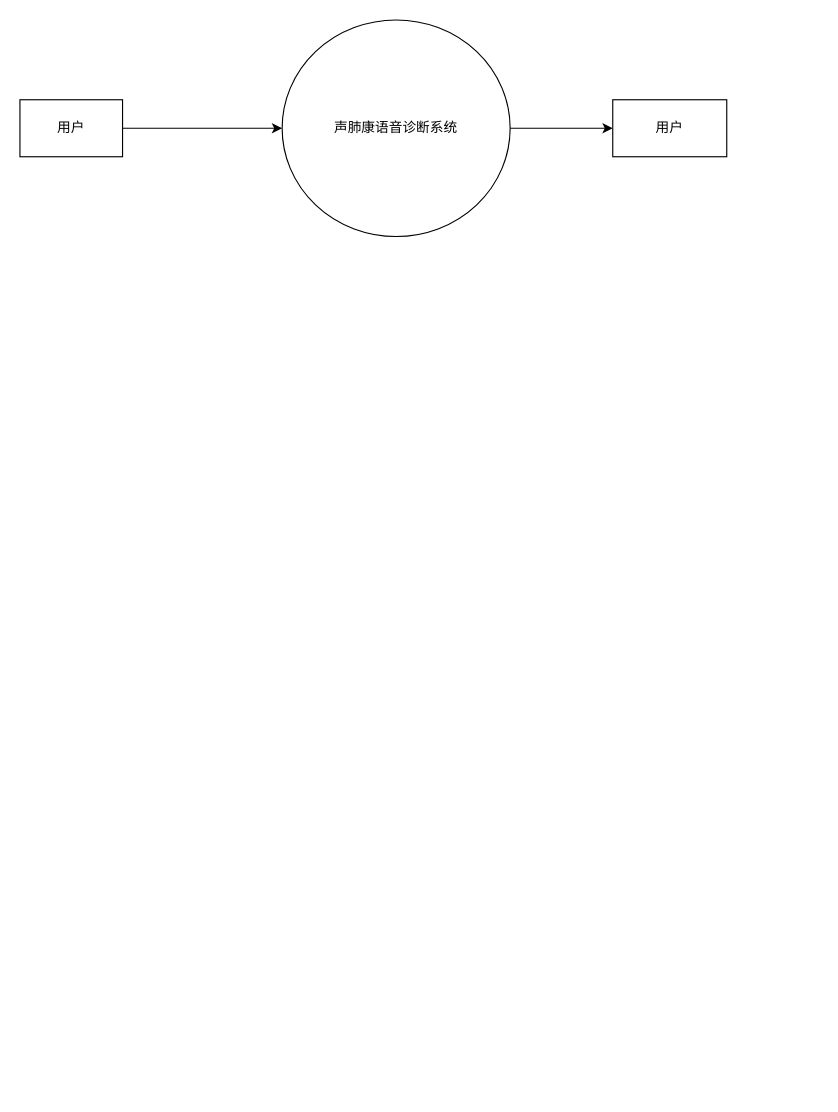
Z0X8Z/voice_diagnosis_project keeps this draw.io diagram as 未命名绘图.drawio. Above is the earlier version. Source tidied: cells renumbered, new cells numbered last; positions are measured from the earlier drawing's top-left corner, leaving out a move shared by most shapes. Both pictures are drawn from the tidied source at 114%, with x=0, y=0 at pixel (19, 19).
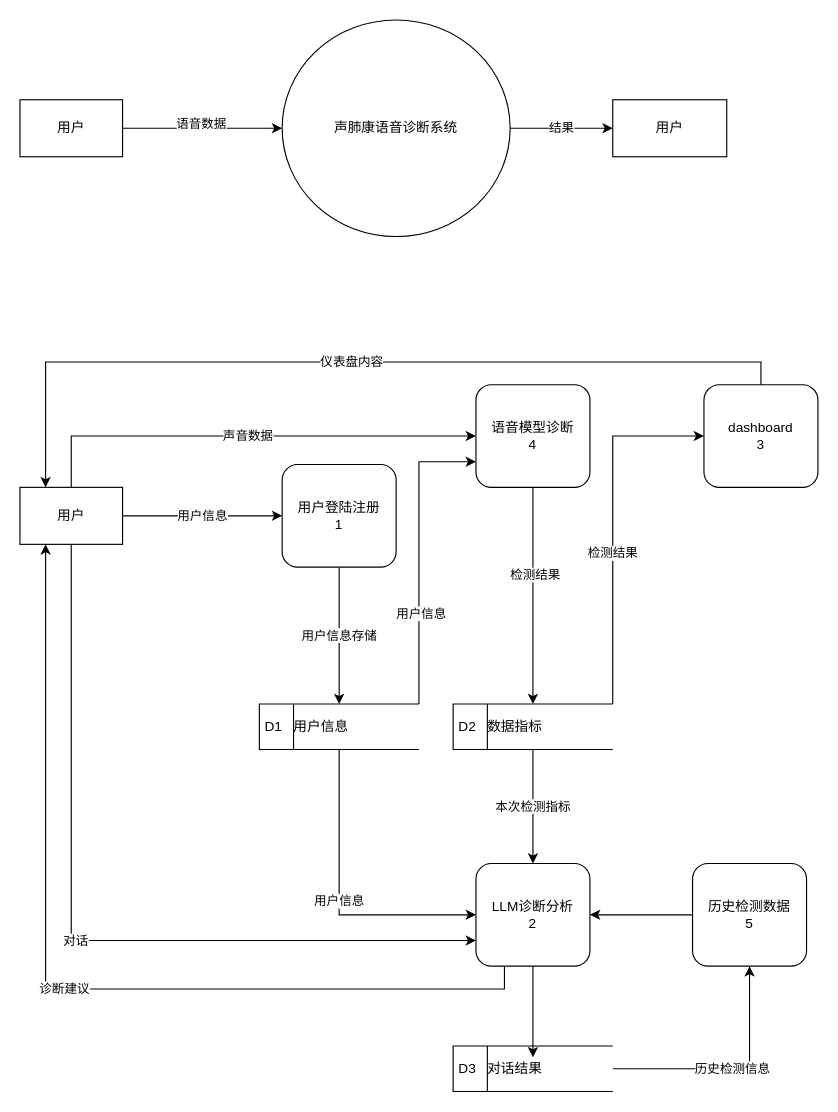
Above is the later version.

Commit message:
更新未命名绘图.drawio

Unchanged cells that the change refers to:
```xml
<mxCell id="2" style="edgeStyle=orthogonalEdgeStyle;rounded=0;jettySize=auto;html=1;" parent="1" edge="1" source="3" target="6">
  <mxGeometry relative="1" as="geometry">
    <Array as="points">
      <mxPoint x="160" y="95" />
      <mxPoint x="160" y="95" />
    </Array>
  </mxGeometry>
</mxCell>
<mxCell id="4" value="用户" style="html=1;dashed=0;whiteSpace=wrap;" parent="1" vertex="1">
  <mxGeometry x="520" y="70" width="100" height="50" as="geometry" />
</mxCell>
<mxCell id="6" value="声肺康语音诊断系统" style="shape=ellipse;html=1;dashed=0;whiteSpace=wrap;perimeter=ellipsePerimeter;" parent="1" vertex="1">
  <mxGeometry x="230" width="200" height="190" as="geometry" />
</mxCell>
```

What changed in the source:
```diff
@@
+    <mxCell id="7" value="语音数据" style="edgeLabel;html=1;align=center;verticalAlign=middle;" parent="2" vertex="1">
+      <mxGeometry x="-0.03" y="5" relative="1" as="geometry" />
+    </mxCell>
@@
-    <mxCell id="5" style="edgeStyle=orthogonalEdgeStyle;rounded=0;jettySize=auto;html=1;" parent="1" edge="1" source="6" target="4">
+    <mxCell id="5" value="结果" style="edgeStyle=orthogonalEdgeStyle;rounded=0;jettySize=auto;html=1;" parent="1" edge="1" source="6" target="4">
       <mxGeometry relative="1" as="geometry" />
     </mxCell>
@@
+    <mxCell id="8" value="用户信息" style="edgeStyle=orthogonalEdgeStyle;rounded=0;jettySize=auto;html=1;exitX=1;exitY=0.5;exitDx=0;exitDy=0;" parent="1" edge="1" source="11" target="13">
+      <mxGeometry relative="1" as="geometry" />
+    </mxCell>
+    <mxCell id="9" value="声音数据" style="edgeStyle=orthogonalEdgeStyle;rounded=0;jettySize=auto;html=1;exitX=0.5;exitY=0;exitDx=0;exitDy=0;entryX=0;entryY=0.5;entryDx=0;entryDy=0;" parent="1" edge="1" source="11" target="20">
+      <mxGeometry relative="1" as="geometry" />
+    </mxCell>
+    <mxCell id="10" value="对话" style="edgeStyle=orthogonalEdgeStyle;rounded=0;jettySize=auto;html=1;exitX=0.5;exitY=1;exitDx=0;exitDy=0;entryX=0;entryY=0.75;entryDx=0;entryDy=0;" parent="1" edge="1" source="11" target="15">
+      <mxGeometry relative="1" as="geometry" />
+    </mxCell>
+    <mxCell id="11" value="用户" style="html=1;dashed=0;whiteSpace=wrap;" parent="1" vertex="1">
+      <mxGeometry y="410" width="90" height="50" as="geometry" />
+    </mxCell>
+    <mxCell id="12" value="用户信息存储" style="edgeStyle=orthogonalEdgeStyle;rounded=0;jettySize=auto;html=1;" parent="1" edge="1" source="13" target="26">
+      <mxGeometry relative="1" as="geometry" />
+    </mxCell>
+    <mxCell id="13" value="用户登陆注册&lt;div&gt;1&lt;/div&gt;" style="html=1;dashed=0;whiteSpace=wrap;rounded=1;" parent="1" vertex="1">
+      <mxGeometry x="230" y="390" width="100" height="90" as="geometry" />
+    </mxCell>
+    <mxCell id="14" value="诊断建议" style="edgeStyle=orthogonalEdgeStyle;rounded=0;jettySize=auto;html=1;exitX=0.25;exitY=1;exitDx=0;exitDy=0;entryX=0.25;entryY=1;entryDx=0;entryDy=0;" parent="1" edge="1" source="15" target="11">
+      <mxGeometry relative="1" as="geometry" />
+    </mxCell>
+    <mxCell id="15" value="LLM诊断分析&lt;div&gt;2&lt;/div&gt;" style="html=1;dashed=0;whiteSpace=wrap;rounded=1;" parent="1" vertex="1">
+      <mxGeometry x="400" y="740" width="100" height="90" as="geometry" />
+    </mxCell>
+    <mxCell id="16" value="仪表盘内容" style="edgeStyle=orthogonalEdgeStyle;rounded=0;jettySize=auto;html=1;exitX=0.5;exitY=0;exitDx=0;exitDy=0;entryX=0.25;entryY=0;entryDx=0;entryDy=0;" parent="1" edge="1" source="17" target="11">
+      <mxGeometry relative="1" as="geometry" />
+    </mxCell>
+    <mxCell id="17" value="dashboard&lt;div&gt;3&lt;/div&gt;" style="html=1;dashed=0;whiteSpace=wrap;rounded=1;" parent="1" vertex="1">
+      <mxGeometry x="600" y="320" width="100" height="90" as="geometry" />
+    </mxCell>
+    <mxCell id="18" style="edgeStyle=orthogonalEdgeStyle;rounded=0;jettySize=auto;html=1;exitX=0.5;exitY=1;exitDx=0;exitDy=0;entryX=0.5;entryY=0;entryDx=0;entryDy=0;" parent="1" edge="1" source="20" target="29">
+      <mxGeometry relative="1" as="geometry" />
+    </mxCell>
+    <mxCell id="19" value="检测结果" style="edgeLabel;html=1;align=center;verticalAlign=middle;" parent="18" vertex="1">
+      <mxGeometry x="-0.2" y="1" relative="1" as="geometry" />
+    </mxCell>
+    <mxCell id="20" value="语音模型诊断&lt;div&gt;4&lt;/div&gt;" style="html=1;dashed=0;whiteSpace=wrap;rounded=1;" parent="1" vertex="1">
+      <mxGeometry x="400" y="320" width="100" height="90" as="geometry" />
+    </mxCell>
+    <mxCell id="21" style="edgeStyle=orthogonalEdgeStyle;rounded=0;jettySize=auto;html=1;exitX=0;exitY=0.5;exitDx=0;exitDy=0;" parent="1" edge="1" source="22" target="15">
+      <mxGeometry relative="1" as="geometry" />
+    </mxCell>
+    <mxCell id="22" value="历史检测&lt;span style=&quot;background-color: transparent; color: light-dark(rgb(0, 0, 0), rgb(255, 255, 255));&quot;&gt;数据&lt;/span&gt;&lt;div&gt;&lt;span style=&quot;background-color: transparent; color: light-dark(rgb(0, 0, 0), rgb(255, 255, 255));&quot;&gt;5&lt;/span&gt;&lt;/div&gt;" style="html=1;dashed=0;whiteSpace=wrap;rotation=0;rounded=1;" parent="1" vertex="1">
+      <mxGeometry x="590" y="740" width="100" height="90" as="geometry" />
+    </mxCell>
+    <mxCell id="23" style="edgeStyle=orthogonalEdgeStyle;rounded=0;jettySize=auto;html=1;exitX=1;exitY=0;exitDx=0;exitDy=0;entryX=0;entryY=0.75;entryDx=0;entryDy=0;" parent="1" edge="1" source="26" target="20">
+      <mxGeometry relative="1" as="geometry" />
+    </mxCell>
+    <mxCell id="24" value="用户信息" style="edgeLabel;html=1;align=center;verticalAlign=middle;" parent="23" vertex="1">
+      <mxGeometry x="-0.39" y="-1" relative="1" as="geometry" />
+    </mxCell>
+    <mxCell id="25" value="用户信息" style="edgeStyle=orthogonalEdgeStyle;rounded=0;jettySize=auto;html=1;exitX=0.5;exitY=1;exitDx=0;exitDy=0;entryX=0;entryY=0.5;entryDx=0;entryDy=0;" parent="1" edge="1" source="26" target="15">
+      <mxGeometry relative="1" as="geometry" />
+    </mxCell>
+    <mxCell id="26" value="D1&amp;nbsp; &amp;nbsp;用户信息" style="html=1;dashed=0;whiteSpace=wrap;shape=mxgraph.dfd.dataStoreID;align=left;spacingLeft=3;points=[[0,0],[0.5,0],[1,0],[0,0.5],[1,0.5],[0,1],[0.5,1],[1,1]];" parent="1" vertex="1">
+      <mxGeometry x="210" y="600" width="140" height="40" as="geometry" />
+    </mxCell>
+    <mxCell id="27" value="检测结果" style="edgeStyle=orthogonalEdgeStyle;rounded=0;jettySize=auto;html=1;exitX=1;exitY=0;exitDx=0;exitDy=0;entryX=0;entryY=0.5;entryDx=0;entryDy=0;" parent="1" edge="1" source="29" target="17">
+      <mxGeometry x="-0.17" relative="1" as="geometry">
+        <mxPoint y="-1" as="offset" />
+      </mxGeometry>
+    </mxCell>
+    <mxCell id="28" value="本次检测指标" style="edgeStyle=orthogonalEdgeStyle;rounded=0;jettySize=auto;html=1;exitX=0.5;exitY=1;exitDx=0;exitDy=0;" parent="1" edge="1" source="29" target="15">
+      <mxGeometry relative="1" as="geometry" />
+    </mxCell>
+    <mxCell id="29" value="D2&amp;nbsp; &amp;nbsp;数据指标" style="html=1;dashed=0;whiteSpace=wrap;shape=mxgraph.dfd.dataStoreID;align=left;spacingLeft=3;points=[[0,0],[0.5,0],[1,0],[0,0.5],[1,0.5],[0,1],[0.5,1],[1,1]];" parent="1" vertex="1">
+      <mxGeometry x="380" y="600" width="140" height="40" as="geometry" />
+    </mxCell>
+    <mxCell id="30" value="历史检测信息" style="edgeStyle=orthogonalEdgeStyle;rounded=0;jettySize=auto;html=1;exitX=1;exitY=0.5;exitDx=0;exitDy=0;entryX=0.5;entryY=1;entryDx=0;entryDy=0;" parent="1" edge="1" source="31" target="22">
+      <mxGeometry relative="1" as="geometry" />
+    </mxCell>
+    <mxCell id="31" value="D3&amp;nbsp; &amp;nbsp;对话结果" style="html=1;dashed=0;whiteSpace=wrap;shape=mxgraph.dfd.dataStoreID;align=left;spacingLeft=3;points=[[0,0],[0.5,0],[1,0],[0,0.5],[1,0.5],[0,1],[0.5,1],[1,1]];" parent="1" vertex="1">
+      <mxGeometry x="380" y="900" width="140" height="40" as="geometry" />
+    </mxCell>
+    <mxCell id="32" style="edgeStyle=orthogonalEdgeStyle;rounded=0;jettySize=auto;html=1;exitX=0.5;exitY=1;exitDx=0;exitDy=0;entryX=0.5;entryY=0.25;entryDx=0;entryDy=0;entryPerimeter=0;" parent="1" edge="1" source="15" target="31">
+      <mxGeometry relative="1" as="geometry" />
+    </mxCell>
```
